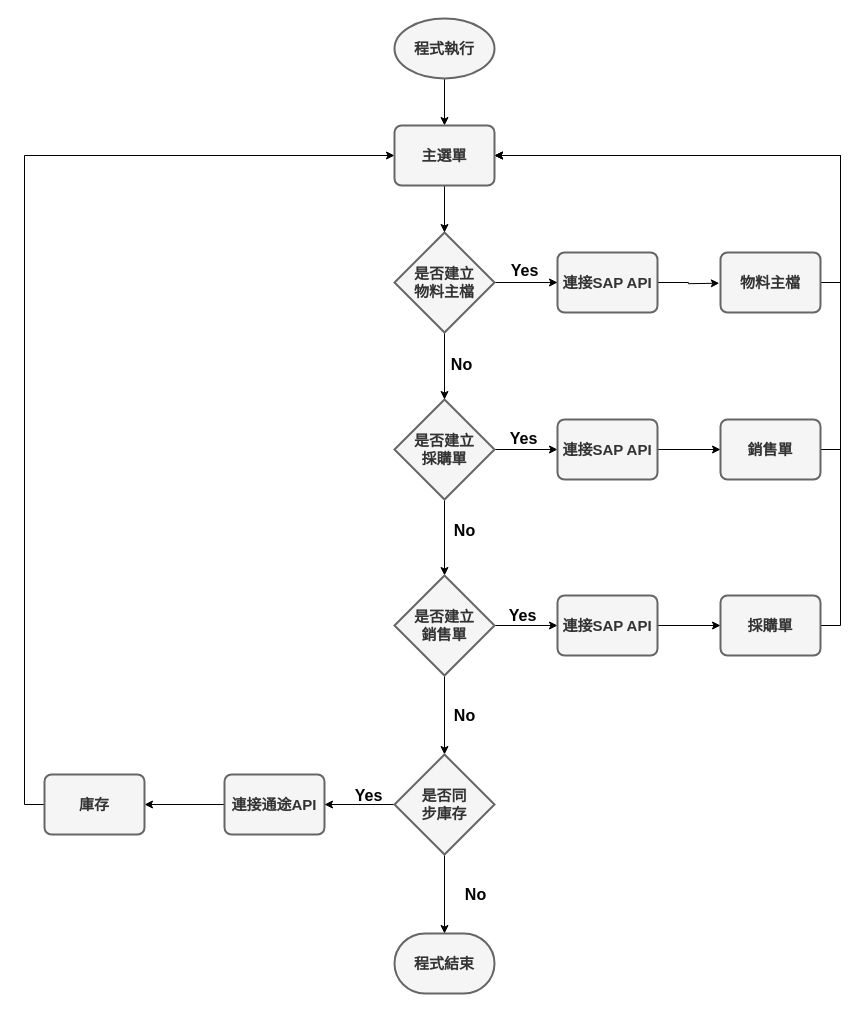
Above: 新流程圖.drawio in calvink11/project (draw.io), before the change. Source tidied: cells renumbered, new cells numbered last; positions are measured from the earlier drawing's top-left corner, leaving out a move shared by most shapes. Both pictures are drawn from the tidied source at 100%, with x=0, y=0 at pixel (44, 18).
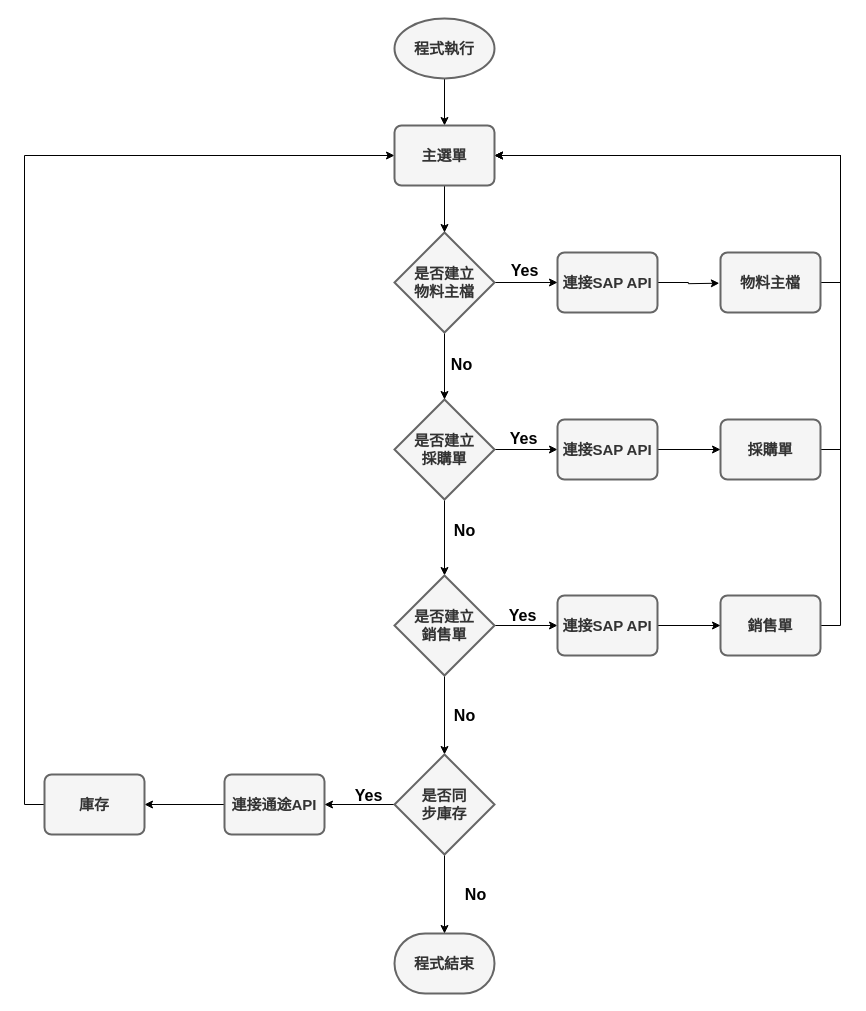
The same diagram, later.

What changed in the source:
```diff
@@
-    <mxCell id="18" value="銷售單" style="rounded=1;whiteSpace=wrap;html=1;absoluteArcSize=1;arcSize=14;strokeWidth=2;fillColor=#f5f5f5;fontColor=#333333;strokeColor=#666666;fontStyle=1;fontSize=15;" parent="1" vertex="1">
+    <mxCell id="18" value="採購單" style="rounded=1;whiteSpace=wrap;html=1;absoluteArcSize=1;arcSize=14;strokeWidth=2;fillColor=#f5f5f5;fontColor=#333333;strokeColor=#666666;fontStyle=1;fontSize=15;" parent="1" vertex="1">
       <mxGeometry x="676" y="401" width="100" height="60" as="geometry" />
     </mxCell>
@@
-    <mxCell id="20" value="採購單" style="rounded=1;whiteSpace=wrap;html=1;absoluteArcSize=1;arcSize=14;strokeWidth=2;fillColor=#f5f5f5;fontColor=#333333;strokeColor=#666666;fontStyle=1;fontSize=15;" parent="1" vertex="1">
+    <mxCell id="20" value="銷售單" style="rounded=1;whiteSpace=wrap;html=1;absoluteArcSize=1;arcSize=14;strokeWidth=2;fillColor=#f5f5f5;fontColor=#333333;strokeColor=#666666;fontStyle=1;fontSize=15;" parent="1" vertex="1">
       <mxGeometry x="676" y="577" width="100" height="60" as="geometry" />
     </mxCell>
```
